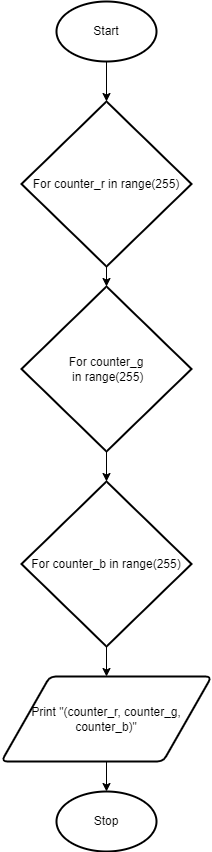
Above: design.rgb.flowchart.png in Yiyun-Qin/ICS3U-Unit4-06-Python (draw.io), before the change. Source tidied: cells renumbered, new cells last; positions are measured from the earlier drawing's top-left corner, leaving out a move shared by most shapes.
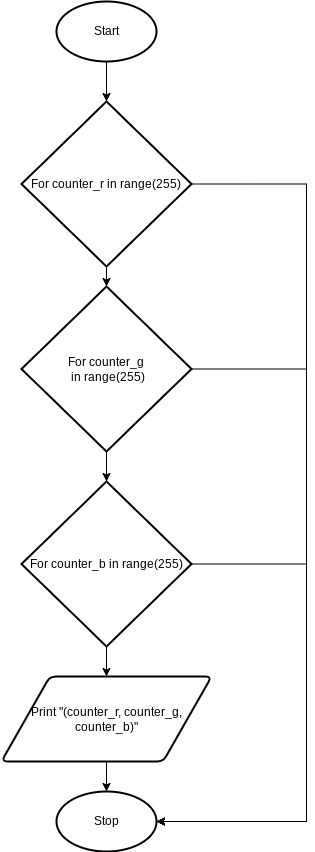
After the commit.

Commit message:
nre int

Change to the diagram source:
```diff
@@ -14,18 +14,43 @@
     <mxCell id="5" style="edgeStyle=none;html=1;exitX=0.5;exitY=1;exitDx=0;exitDy=0;exitPerimeter=0;entryX=0.5;entryY=0;entryDx=0;entryDy=0;entryPerimeter=0;" parent="1" edge="1" source="6" target="8">
       <mxGeometry relative="1" as="geometry" />
     </mxCell>
+    <mxCell id="13" style="edgeStyle=orthogonalEdgeStyle;html=1;exitX=1;exitY=0.5;exitDx=0;exitDy=0;exitPerimeter=0;entryX=1;entryY=0.5;entryDx=0;entryDy=0;entryPerimeter=0;rounded=0;" parent="1" edge="1" source="6" target="4">
+      <mxGeometry relative="1" as="geometry">
+        <Array as="points">
+          <mxPoint x="305" y="183" />
+          <mxPoint x="305" y="820" />
+        </Array>
+      </mxGeometry>
+    </mxCell>
     <mxCell id="6" value="For counter_r in range(255)" style="strokeWidth=2;html=1;shape=mxgraph.flowchart.decision;whiteSpace=wrap;" parent="1" vertex="1">
       <mxGeometry x="20" y="100" width="170" height="165" as="geometry" />
     </mxCell>
     <mxCell id="7" style="edgeStyle=none;html=1;exitX=0.5;exitY=1;exitDx=0;exitDy=0;exitPerimeter=0;entryX=0.5;entryY=0;entryDx=0;entryDy=0;entryPerimeter=0;" parent="1" edge="1" source="8" target="10">
       <mxGeometry relative="1" as="geometry" />
     </mxCell>
+    <mxCell id="14" style="edgeStyle=orthogonalEdgeStyle;rounded=0;html=1;exitX=1;exitY=0.5;exitDx=0;exitDy=0;exitPerimeter=0;" parent="1" edge="1" source="8">
+      <mxGeometry relative="1" as="geometry">
+        <mxPoint x="155" y="820" as="targetPoint" />
+        <Array as="points">
+          <mxPoint x="305" y="368" />
+          <mxPoint x="305" y="820" />
+        </Array>
+      </mxGeometry>
+    </mxCell>
     <mxCell id="8" value="For counter_g&lt;span style=&quot;color: rgba(0 , 0 , 0 , 0) ; font-family: monospace ; font-size: 0px&quot;&gt;%3CmxGraphModel%3E%3Croot%3E%3CmxCell%20id%3D%220%22%2F%3E%3CmxCell%20id%3D%221%22%20parent%3D%220%22%2F%3E%3CmxCell%20id%3D%222%22%20value%3D%22For%20counter_r%20in%20range(255)%22%20style%3D%22strokeWidth%3D2%3Bhtml%3D1%3Bshape%3Dmxgraph.flowchart.decision%3BwhiteSpace%3Dwrap%3B%22%20vertex%3D%221%22%20parent%3D%221%22%3E%3CmxGeometry%20x%3D%22145%22%20y%3D%22100%22%20width%3D%22170%22%20height%3D%22165%22%20as%3D%22geometry%22%2F%3E%3C%2FmxCell%3E%3C%2Froot%3E%3C%2FmxGraphModel%3E&lt;/span&gt;&lt;br&gt;&amp;nbsp;in range(255)" style="strokeWidth=2;html=1;shape=mxgraph.flowchart.decision;whiteSpace=wrap;" parent="1" vertex="1">
       <mxGeometry x="20" y="285" width="170" height="165" as="geometry" />
     </mxCell>
     <mxCell id="9" style="edgeStyle=none;html=1;exitX=0.5;exitY=1;exitDx=0;exitDy=0;exitPerimeter=0;entryX=0.5;entryY=0;entryDx=0;entryDy=0;" parent="1" edge="1" source="10" target="12">
       <mxGeometry relative="1" as="geometry" />
     </mxCell>
+    <mxCell id="15" style="edgeStyle=orthogonalEdgeStyle;rounded=0;html=1;exitX=1;exitY=0.5;exitDx=0;exitDy=0;exitPerimeter=0;entryX=1;entryY=0.5;entryDx=0;entryDy=0;entryPerimeter=0;" parent="1" edge="1" source="10" target="4">
+      <mxGeometry relative="1" as="geometry">
+        <Array as="points">
+          <mxPoint x="305" y="563" />
+          <mxPoint x="305" y="820" />
+        </Array>
+      </mxGeometry>
+    </mxCell>
     <mxCell id="10" value="For counter_b in range(255)" style="strokeWidth=2;html=1;shape=mxgraph.flowchart.decision;whiteSpace=wrap;" parent="1" vertex="1">
       <mxGeometry x="20" y="480" width="170" height="165" as="geometry" />
     </mxCell>
```
